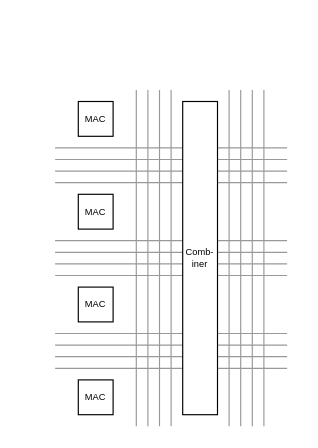
Earlier version of the draw.io diagram page "layout-example" (4 of 4) of diagrams/mac_design.drawio (ucb-cs250/mac_team). Source tidied: cells renumbered, new cells numbered last; positions are measured from the earlier drawing's top-left corner, leaving out a move shared by most shapes. Both pictures are drawn from the tidied source at 116%, with x=0, y=0 at pixel (55, 89).
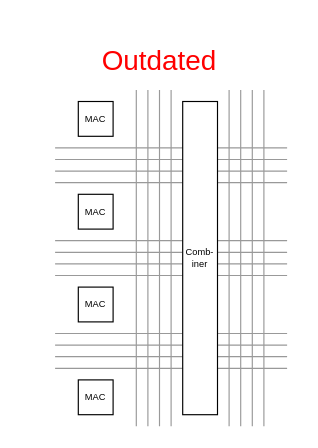
The same page after the edit.

The edit, as a diff of the source:
```diff
@@
+    <mxCell id="27" value="&lt;font color=&quot;#ff0000&quot; style=&quot;font-size: 24px&quot;&gt;Outdated&lt;/font&gt;" style="text;html=1;strokeColor=none;fillColor=none;align=center;verticalAlign=middle;whiteSpace=wrap;rounded=0;" parent="1" vertex="1">
+      <mxGeometry x="-30" y="-60" width="240" height="70" as="geometry" />
+    </mxCell>
```
